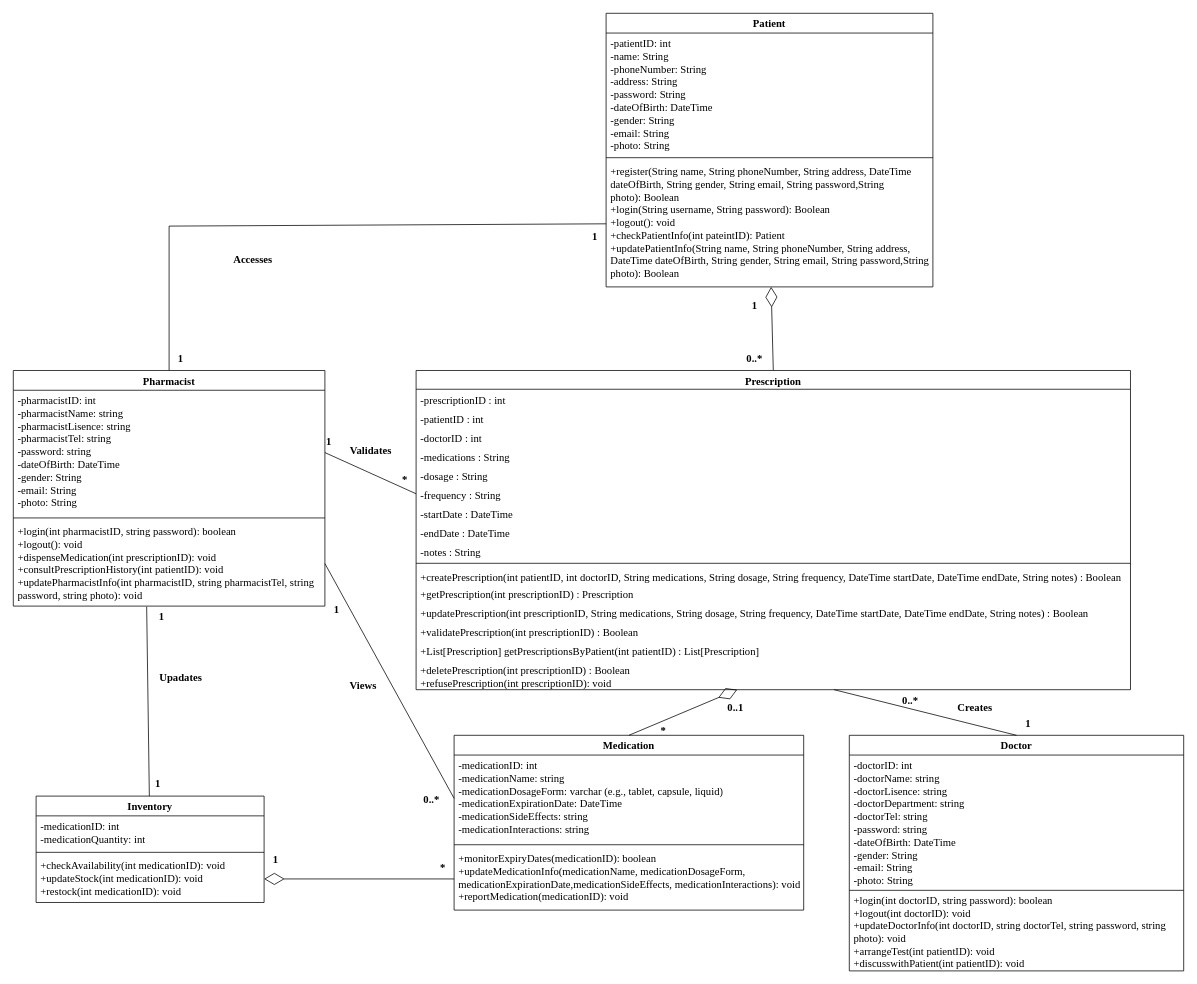
Earlier version of the draw.io diagram Class Diagram_Pharmacy.drawio (FOMOKN/Software-Engineering). Source tidied: cells renumbered, new cells numbered last; positions are measured from the earlier drawing's top-left corner, leaving out a move shared by most shapes. Both pictures are drawn from the tidied source at 76%, with x=0, y=0 at pixel (13, 13).
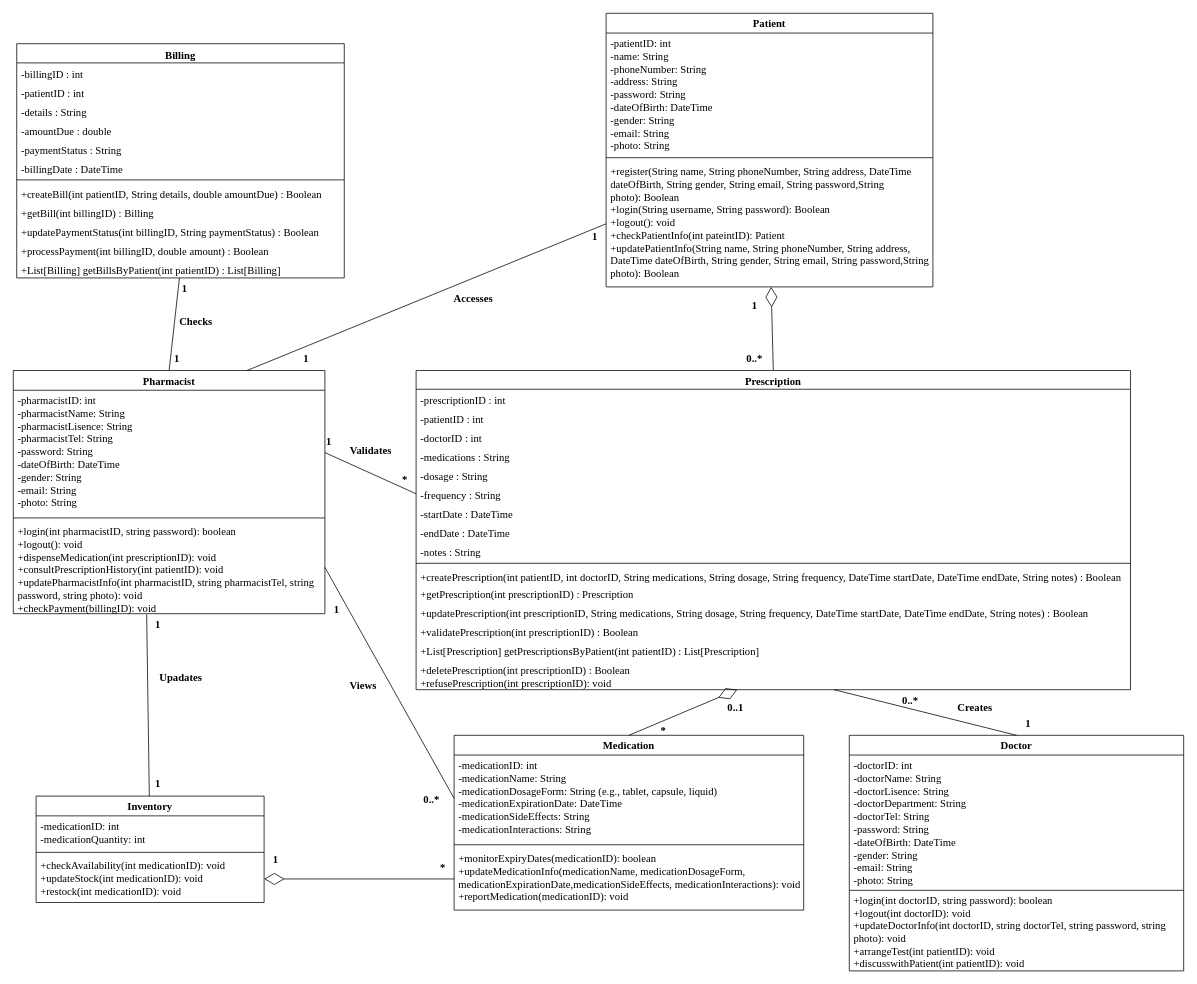
After the change.

The change refers to these unchanged cells:
```xml
<mxCell id="2" value="Medication" style="swimlane;fontStyle=1;align=center;verticalAlign=top;horizontal=1;startSize=26;whiteSpace=wrap;html=1;fontFamily=Times New Roman;fontSize=14;" parent="1" vertex="1">
  <mxGeometry x="580" y="950" width="460" height="230" as="geometry" />
</mxCell>
<mxCell id="20" value="&lt;font style=&quot;font-size: 14px;&quot; face=&quot;Times New Roman&quot;&gt;Doctor&lt;/font&gt;" style="swimlane;fontStyle=1;align=center;verticalAlign=top;horizontal=1;startSize=26;whiteSpace=wrap;html=1;" parent="1" vertex="1">
  <mxGeometry x="1100" y="950" width="440" height="310" as="geometry" />
</mxCell>
<mxCell id="50" value="&lt;font style=&quot;font-size: 14px;&quot;&gt;+register(String name, String phoneNumber, String address, DateTime dateOfBirth, String gender, String email, String password,String photo):&amp;nbsp;Boolean&lt;br style=&quot;&quot;&gt;+login(String username, String password): Boolean&lt;br style=&quot;&quot;&gt;+logout():&amp;nbsp;void&lt;br style=&quot;&quot;&gt;+checkPatientInfo(int pateintID):&amp;nbsp;Patient&lt;br style=&quot;&quot;&gt;+updatePatientInfo(String name, String phoneNumber, String address, DateTime dateOfBirth, String gender, String email, String password,String photo):&amp;nbsp;Boolean&lt;br style=&quot;&quot;&gt;&lt;/font&gt;&lt;span style=&quot;font-size: 12px;&quot;&gt;&lt;br style=&quot;font-size: 12px;&quot;&gt;&lt;/span&gt;" style="text;strokeColor=none;fillColor=none;align=left;verticalAlign=top;spacingLeft=4;spacingRight=4;overflow=hidden;points=[[0,0.5],[1,0.5]];portConstraint=eastwest;whiteSpace=wrap;html=1;fontSize=12;fontFamily=Times New Roman;" parent="47" vertex="1">
  <mxGeometry y="194" width="430" height="166" as="geometry" />
</mxCell>
```

What changed in the source:
```diff
@@
-    <mxCell id="3" value="-medicationID:&amp;nbsp;int&lt;br&gt;-medicationName: string&lt;br style=&quot;font-size: 14px;&quot;&gt;-medicationDosageForm: varchar (e.g., tablet, capsule, liquid)&lt;br style=&quot;font-size: 14px;&quot;&gt;-medicationExpirationDate: DateTime&lt;br&gt;-medicationSideEffects: string&lt;br&gt;-medicationInteractions: string" style="text;strokeColor=none;fillColor=none;align=left;verticalAlign=top;spacingLeft=4;spacingRight=4;overflow=hidden;points=[[0,0.5],[1,0.5]];portConstraint=eastwest;whiteSpace=wrap;html=1;fontFamily=Times New Roman;fontSize=14;" parent="2" vertex="1">
+    <mxCell id="3" value="-medicationID:&amp;nbsp;int&lt;br&gt;-medicationName: String&lt;br style=&quot;font-size: 14px;&quot;&gt;-medicationDosageForm: String (e.g., tablet, capsule, liquid)&lt;br style=&quot;font-size: 14px;&quot;&gt;-medicationExpirationDate: DateTime&lt;br&gt;-medicationSideEffects: String&lt;br&gt;-medicationInteractions: String" style="text;strokeColor=none;fillColor=none;align=left;verticalAlign=top;spacingLeft=4;spacingRight=4;overflow=hidden;points=[[0,0.5],[1,0.5]];portConstraint=eastwest;whiteSpace=wrap;html=1;fontFamily=Times New Roman;fontSize=14;" parent="2" vertex="1">
       <mxGeometry y="26" width="460" height="114" as="geometry" />
     </mxCell>
@@
     <mxCell id="10" value="&lt;font style=&quot;font-size: 14px;&quot; face=&quot;Times New Roman&quot;&gt;Pharmacist&lt;/font&gt;" style="swimlane;fontStyle=1;align=center;verticalAlign=top;horizontal=1;startSize=26;whiteSpace=wrap;html=1;" parent="1" vertex="1">
-      <mxGeometry y="470" width="410" height="310" as="geometry" />
+      <mxGeometry y="470" width="410" height="320" as="geometry" />
     </mxCell>
-    <mxCell id="11" value="-pharmacistID: int&lt;br&gt;-pharmacistName: string&lt;br style=&quot;font-size: 14px;&quot;&gt;-pharmacistLisence: string&lt;br&gt;-pharmacistTel: string&lt;br&gt;-password: string&lt;br&gt;-dateOfBirth: DateTime&amp;nbsp;&lt;br style=&quot;border-color: var(--border-color);&quot;&gt;-gender: String&amp;nbsp;&lt;br style=&quot;border-color: var(--border-color);&quot;&gt;-email: String&amp;nbsp;&lt;br style=&quot;border-color: var(--border-color);&quot;&gt;-photo: String&amp;nbsp;" style="text;strokeColor=none;fillColor=none;align=left;verticalAlign=top;spacingLeft=4;spacingRight=4;overflow=hidden;points=[[0,0.5],[1,0.5]];portConstraint=eastwest;whiteSpace=wrap;html=1;fontFamily=Times New Roman;fontSize=14;" parent="10" vertex="1">
+    <mxCell id="11" value="-pharmacistID: int&lt;br&gt;-pharmacistName: String&lt;br style=&quot;font-size: 14px;&quot;&gt;-pharmacistLisence: String&lt;br&gt;-pharmacistTel: String&lt;br&gt;-password: String&lt;br&gt;-dateOfBirth: DateTime&amp;nbsp;&lt;br style=&quot;border-color: var(--border-color);&quot;&gt;-gender: String&amp;nbsp;&lt;br style=&quot;border-color: var(--border-color);&quot;&gt;-email: String&amp;nbsp;&lt;br style=&quot;border-color: var(--border-color);&quot;&gt;-photo: String&amp;nbsp;" style="text;strokeColor=none;fillColor=none;align=left;verticalAlign=top;spacingLeft=4;spacingRight=4;overflow=hidden;points=[[0,0.5],[1,0.5]];portConstraint=eastwest;whiteSpace=wrap;html=1;fontFamily=Times New Roman;fontSize=14;" parent="10" vertex="1">
       <mxGeometry y="26" width="410" height="164" as="geometry" />
     </mxCell>
@@
-    <mxCell id="13" value="&lt;font style=&quot;font-size: 14px;&quot;&gt;+login(int pharmacistID, string password): boolean&lt;br style=&quot;border-color: var(--border-color);&quot;&gt;+logout(): void&lt;br&gt;+dispenseMedication(int prescriptionID): void&lt;br style=&quot;font-size: 14px;&quot;&gt;&lt;/font&gt;&lt;font style=&quot;font-size: 14px;&quot;&gt;+consultPrescriptionHistory(int patientID): void&lt;br&gt;+updatePharmacistInfo(int pharmacistID, string pharmacistTel, string password, string photo):&amp;nbsp;void&lt;br&gt;&lt;br&gt;&lt;br style=&quot;font-size: 14px;&quot;&gt;&lt;/font&gt;" style="text;strokeColor=none;fillColor=none;align=left;verticalAlign=top;spacingLeft=4;spacingRight=4;overflow=hidden;points=[[0,0.5],[1,0.5]];portConstraint=eastwest;whiteSpace=wrap;html=1;fontFamily=Times New Roman;fontSize=14;" parent="10" vertex="1">
-      <mxGeometry y="198" width="410" height="112" as="geometry" />
+    <mxCell id="13" value="&lt;font style=&quot;font-size: 14px;&quot;&gt;+login(int pharmacistID, string password): boolean&lt;br style=&quot;border-color: var(--border-color);&quot;&gt;+logout(): void&lt;br&gt;+dispenseMedication(int prescriptionID): void&lt;br style=&quot;font-size: 14px;&quot;&gt;&lt;/font&gt;&lt;font style=&quot;font-size: 14px;&quot;&gt;+consultPrescriptionHistory(int patientID): void&lt;br&gt;+updatePharmacistInfo(int pharmacistID, string pharmacistTel, string password, string photo):&amp;nbsp;void&lt;br&gt;+checkPayment(billingID): void&lt;br&gt;&lt;br&gt;&lt;br style=&quot;font-size: 14px;&quot;&gt;&lt;/font&gt;" style="text;strokeColor=none;fillColor=none;align=left;verticalAlign=top;spacingLeft=4;spacingRight=4;overflow=hidden;points=[[0,0.5],[1,0.5]];portConstraint=eastwest;whiteSpace=wrap;html=1;fontFamily=Times New Roman;fontSize=14;" parent="10" vertex="1">
+      <mxGeometry y="198" width="410" height="122" as="geometry" />
     </mxCell>
@@
-    <mxCell id="21" value="-doctorID: int&lt;br style=&quot;border-color: var(--border-color);&quot;&gt;-doctorName: string&lt;br&gt;-doctorLisence: string&lt;br style=&quot;font-size: 14px;&quot;&gt;-doctorDepartment: string&lt;br style=&quot;font-size: 14px;&quot;&gt;-doctorTel: string&lt;br&gt;-password: string&lt;br&gt;-dateOfBirth: DateTime&amp;nbsp;&lt;br style=&quot;border-color: var(--border-color);&quot;&gt;-gender: String&amp;nbsp;&lt;br style=&quot;border-color: var(--border-color);&quot;&gt;-email: String&amp;nbsp;&lt;br style=&quot;border-color: var(--border-color);&quot;&gt;-photo: String&amp;nbsp;" style="text;strokeColor=none;fillColor=none;align=left;verticalAlign=top;spacingLeft=4;spacingRight=4;overflow=hidden;whiteSpace=wrap;html=1;fontFamily=Times New Roman;fontStyle=0;fontSize=14;" parent="20" vertex="1">
+    <mxCell id="21" value="-doctorID: int&lt;br style=&quot;border-color: var(--border-color);&quot;&gt;-doctorName: String&lt;br&gt;-doctorLisence: String&lt;br style=&quot;font-size: 14px;&quot;&gt;-doctorDepartment: String&lt;br style=&quot;font-size: 14px;&quot;&gt;-doctorTel: String&lt;br&gt;-password: String&lt;br&gt;-dateOfBirth: DateTime&amp;nbsp;&lt;br style=&quot;border-color: var(--border-color);&quot;&gt;-gender: String&amp;nbsp;&lt;br style=&quot;border-color: var(--border-color);&quot;&gt;-email: String&amp;nbsp;&lt;br style=&quot;border-color: var(--border-color);&quot;&gt;-photo: String&amp;nbsp;" style="text;strokeColor=none;fillColor=none;align=left;verticalAlign=top;spacingLeft=4;spacingRight=4;overflow=hidden;whiteSpace=wrap;html=1;fontFamily=Times New Roman;fontStyle=0;fontSize=14;" parent="20" vertex="1">
       <mxGeometry y="26" width="440" height="174" as="geometry" />
     </mxCell>
@@
     <mxCell id="33" value="1" style="text;html=1;align=center;verticalAlign=middle;strokeColor=none;fillColor=none;fontFamily=Times New Roman;fontStyle=1;fontSize=14;" parent="1" vertex="1">
-      <mxGeometry x="180" y="780" width="30" height="30" as="geometry" />
+      <mxGeometry x="175" y="790" width="30" height="30" as="geometry" />
     </mxCell>
@@
-    <mxCell id="43" style="endArrow=none;html=1;rounded=0;entryX=0;entryY=0.5;entryDx=0;entryDy=0;exitX=0.5;exitY=0;exitDx=0;exitDy=0;" parent="1" edge="1" source="10" target="50">
-      <mxGeometry relative="1" as="geometry">
-        <Array as="points">
-          <mxPoint x="205" y="280" />
-        </Array>
-      </mxGeometry>
-    </mxCell>
     <mxCell id="44" value="1" style="text;html=1;align=center;verticalAlign=middle;strokeColor=none;fillColor=none;fontFamily=Times New Roman;fontStyle=1;fontSize=14;" parent="1" vertex="1">
-      <mxGeometry x="205" y="440" width="30" height="30" as="geometry" />
+      <mxGeometry x="370" y="440" width="30" height="30" as="geometry" />
     </mxCell>
@@
     <mxCell id="46" value="Accesses" style="text;html=1;align=center;verticalAlign=middle;strokeColor=none;fillColor=none;fontFamily=Times New Roman;fontStyle=1;fontSize=14;" parent="1" vertex="1">
-      <mxGeometry x="280" y="310" width="70" height="30" as="geometry" />
+      <mxGeometry x="570" y="362" width="70" height="30" as="geometry" />
     </mxCell>
@@
+    <mxCell id="68" value="Billing" style="swimlane;fontStyle=1;align=center;verticalAlign=top;horizontal=1;startSize=25.25;fontFamily=Times New Roman;fontSize=14;" parent="1" vertex="1">
+      <mxGeometry x="4.5" y="40" width="431" height="308.2" as="geometry" />
+    </mxCell>
+    <mxCell id="69" value="-billingID : int" style="text;strokeColor=none;fillColor=none;align=left;verticalAlign=top;spacingLeft=4;spacingRight=4;overflow=hidden;fontFamily=Times New Roman;fontSize=14;" parent="68" vertex="1">
+      <mxGeometry y="25.2" width="431" height="25" as="geometry" />
+    </mxCell>
+    <mxCell id="70" value="-patientID : int" style="text;strokeColor=none;fillColor=none;align=left;verticalAlign=top;spacingLeft=4;spacingRight=4;overflow=hidden;fontFamily=Times New Roman;fontSize=14;" parent="68" vertex="1">
+      <mxGeometry y="50.2" width="431" height="25" as="geometry" />
+    </mxCell>
+    <mxCell id="71" value="-details : String" style="text;strokeColor=none;fillColor=none;align=left;verticalAlign=top;spacingLeft=4;spacingRight=4;overflow=hidden;fontFamily=Times New Roman;fontSize=14;" parent="68" vertex="1">
+      <mxGeometry y="75.2" width="431" height="25" as="geometry" />
+    </mxCell>
+    <mxCell id="72" value="-amountDue : double" style="text;strokeColor=none;fillColor=none;align=left;verticalAlign=top;spacingLeft=4;spacingRight=4;overflow=hidden;fontFamily=Times New Roman;fontSize=14;" parent="68" vertex="1">
+      <mxGeometry y="100.2" width="431" height="25" as="geometry" />
+    </mxCell>
+    <mxCell id="73" value="-paymentStatus : String" style="text;strokeColor=none;fillColor=none;align=left;verticalAlign=top;spacingLeft=4;spacingRight=4;overflow=hidden;fontFamily=Times New Roman;fontSize=14;" parent="68" vertex="1">
+      <mxGeometry y="125.2" width="431" height="25" as="geometry" />
+    </mxCell>
+    <mxCell id="74" value="-billingDate : DateTime" style="text;strokeColor=none;fillColor=none;align=left;verticalAlign=top;spacingLeft=4;spacingRight=4;overflow=hidden;fontFamily=Times New Roman;fontSize=14;" parent="68" vertex="1">
+      <mxGeometry y="150.2" width="431" height="25" as="geometry" />
+    </mxCell>
+    <mxCell id="75" style="line;strokeWidth=1;fillColor=none;align=left;verticalAlign=middle;spacingTop=-1;spacingLeft=3;spacingRight=3;labelPosition=right;strokeColor=inherit;fontFamily=Times New Roman;fontSize=12;" parent="68" vertex="1">
+      <mxGeometry y="175.2" width="431" height="8" as="geometry" />
+    </mxCell>
+    <mxCell id="76" value="+createBill(int patientID, String details, double amountDue) : Boolean" style="text;strokeColor=none;fillColor=none;align=left;verticalAlign=top;spacingLeft=4;spacingRight=4;overflow=hidden;fontFamily=Times New Roman;fontSize=14;" parent="68" vertex="1">
+      <mxGeometry y="183.2" width="431" height="25" as="geometry" />
+    </mxCell>
+    <mxCell id="77" value="+getBill(int billingID) : Billing" style="text;strokeColor=none;fillColor=none;align=left;verticalAlign=top;spacingLeft=4;spacingRight=4;overflow=hidden;fontFamily=Times New Roman;fontSize=14;" parent="68" vertex="1">
+      <mxGeometry y="208.2" width="431" height="25" as="geometry" />
+    </mxCell>
+    <mxCell id="78" value="+updatePaymentStatus(int billingID, String paymentStatus) : Boolean" style="text;strokeColor=none;fillColor=none;align=left;verticalAlign=top;spacingLeft=4;spacingRight=4;overflow=hidden;fontFamily=Times New Roman;fontSize=14;" parent="68" vertex="1">
+      <mxGeometry y="233.2" width="431" height="25" as="geometry" />
+    </mxCell>
+    <mxCell id="79" value="+processPayment(int billingID, double amount) : Boolean" style="text;strokeColor=none;fillColor=none;align=left;verticalAlign=top;spacingLeft=4;spacingRight=4;overflow=hidden;fontFamily=Times New Roman;fontSize=14;" parent="68" vertex="1">
+      <mxGeometry y="258.2" width="431" height="25" as="geometry" />
+    </mxCell>
+    <mxCell id="80" value="+List[Billing] getBillsByPatient(int patientID) : List[Billing]" style="text;strokeColor=none;fillColor=none;align=left;verticalAlign=top;spacingLeft=4;spacingRight=4;overflow=hidden;points=[[0,0.5],[1,0.5]];portConstraint=eastwest;fontFamily=Times New Roman;fontSize=14;" parent="68" vertex="1">
+      <mxGeometry y="283.2" width="431" height="25" as="geometry" />
+    </mxCell>
+    <mxCell id="43" style="endArrow=none;html=1;rounded=0;entryX=0;entryY=0.5;entryDx=0;entryDy=0;exitX=0.75;exitY=0;exitDx=0;exitDy=0;" parent="1" edge="1" source="10" target="50">
+      <mxGeometry relative="1" as="geometry" />
+    </mxCell>
+    <mxCell id="81" style="endArrow=none;html=1;rounded=0;entryX=0.5;entryY=0;entryDx=0;entryDy=0;" parent="1" edge="1" source="80" target="10">
+      <mxGeometry relative="1" as="geometry" />
+    </mxCell>
+    <mxCell id="82" value="1" style="text;html=1;align=center;verticalAlign=middle;strokeColor=none;fillColor=none;fontFamily=Times New Roman;fontStyle=1;fontSize=14;" parent="1" vertex="1">
+      <mxGeometry x="200" y="440" width="30" height="30" as="geometry" />
+    </mxCell>
+    <mxCell id="83" value="1" style="text;html=1;align=center;verticalAlign=middle;strokeColor=none;fillColor=none;fontFamily=Times New Roman;fontStyle=1;fontSize=14;" parent="1" vertex="1">
+      <mxGeometry x="210" y="348.2" width="30" height="30" as="geometry" />
+    </mxCell>
+    <mxCell id="84" value="Checks" style="text;html=1;align=center;verticalAlign=middle;strokeColor=none;fillColor=none;fontFamily=Times New Roman;fontStyle=1;fontSize=14;" parent="1" vertex="1">
+      <mxGeometry x="205" y="392" width="70" height="30" as="geometry" />
+    </mxCell>
```
